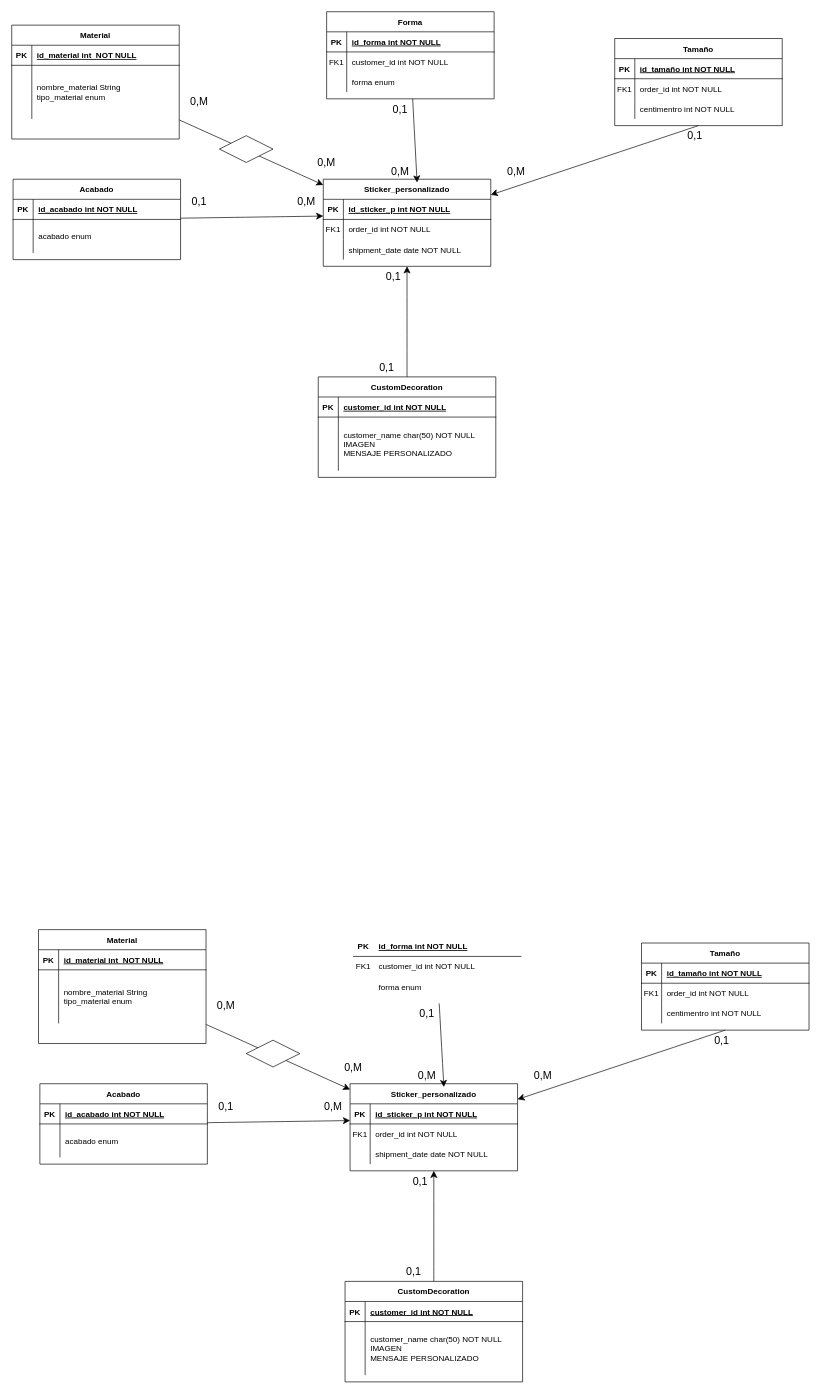
Above: Diagrama sin título.drawio in nayrariosaguilar/OdooStickerModule (draw.io), before the change. Source tidied: cells renumbered, new cells numbered last; positions are measured from the earlier drawing's top-left corner, leaving out a move shared by most shapes. Both pictures are drawn from the tidied source at 67%, with x=0, y=0 at pixel (11, 11).
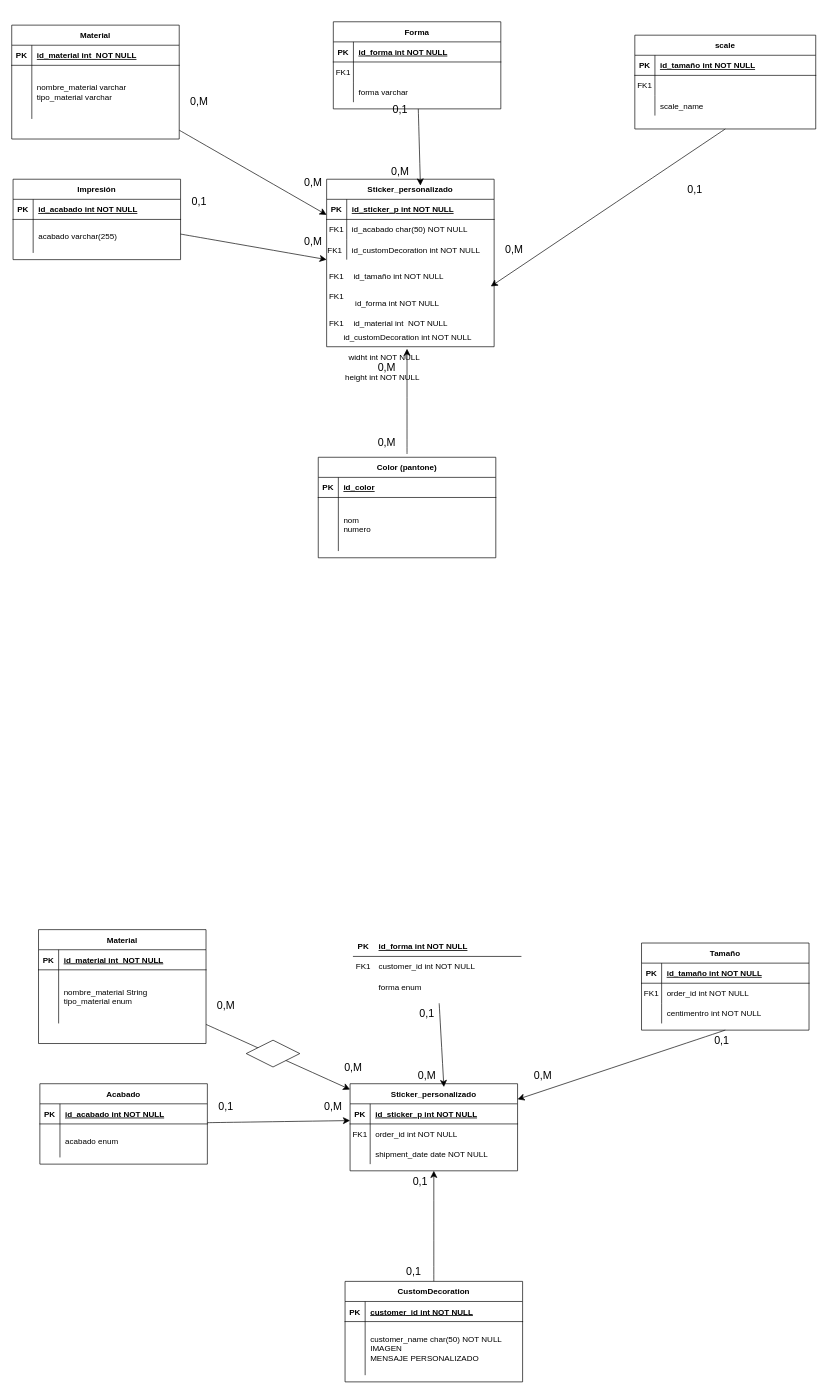
After the change.

The change refers to these unchanged cells:
```xml
<mxCell id="6" style="shape=partialRectangle;fillColor=none;top=0;left=0;right=0;bottom=0;" parent="2" vertex="1">
  <mxGeometry y="60" width="250" height="30" as="geometry" />
</mxCell>
<mxCell id="9" style="shape=partialRectangle;fillColor=none;top=0;left=0;right=0;bottom=0;" parent="2" vertex="1">
  <mxGeometry y="90" width="250" height="30" as="geometry" />
</mxCell>
<mxCell id="27" style="shape=partialRectangle;fillColor=none;top=0;left=0;right=0;bottom=0;" parent="23" vertex="1">
  <mxGeometry y="60" width="250" height="80" as="geometry" />
</mxCell>
<mxCell id="34" style="shape=partialRectangle;fillColor=none;top=0;left=0;right=0;bottom=0;" parent="30" vertex="1">
  <mxGeometry y="60" width="250" height="50" as="geometry" />
</mxCell>
<mxCell id="38" style="shape=partialRectangle;fillColor=none;points=[[0,0.5],[1,0.5]];portConstraint=eastwest;top=0;left=0;right=0;bottom=1;" parent="37" vertex="1">
  <mxGeometry y="30" width="250" height="30" as="geometry" />
</mxCell>
<mxCell id="41" style="shape=partialRectangle;fillColor=none;top=0;left=0;right=0;bottom=0;" parent="37" vertex="1">
  <mxGeometry y="60" width="250" height="30" as="geometry" />
</mxCell>
<mxCell id="44" style="shape=partialRectangle;fillColor=none;top=0;left=0;right=0;bottom=0;" parent="37" vertex="1">
  <mxGeometry y="90" width="250" height="30" as="geometry" />
</mxCell>
<mxCell id="49" style="shape=partialRectangle;fillColor=none;top=0;left=0;right=0;bottom=1;" parent="48" vertex="1">
  <mxGeometry y="30" width="265" height="30" as="geometry" />
</mxCell>
<mxCell id="52" style="shape=partialRectangle;fillColor=none;top=0;left=0;right=0;bottom=0;" parent="48" vertex="1">
  <mxGeometry y="60" width="265" height="80" as="geometry" />
</mxCell>
```

Change to the diagram source:
```diff
@@
     <mxCell id="2" value="Forma" style="shape=table;startSize=30;childLayout=tableLayout;rowLines=0;fontStyle=1;align=center;" parent="1" vertex="1">
-      <mxGeometry x="470" width="250" height="130" as="geometry" />
+      <mxGeometry x="480" y="15" width="250" height="130" as="geometry" />
     </mxCell>
@@
-    <mxCell id="8" value="customer_id int NOT NULL" style="shape=partialRectangle;overflow=hidden;fillColor=none;top=0;left=0;bottom=0;right=0;align=left;spacingLeft=6;" parent="6" vertex="1">
+    <mxCell id="8" style="shape=partialRectangle;overflow=hidden;fillColor=none;top=0;left=0;bottom=0;right=0;align=left;spacingLeft=6;" parent="6" vertex="1">
       <mxGeometry x="30" width="220" height="30" as="geometry" />
     </mxCell>
@@
-    <mxCell id="11" value="forma enum" style="shape=partialRectangle;overflow=hidden;fillColor=none;top=0;left=0;bottom=0;right=0;align=left;spacingLeft=6;" parent="9" vertex="1">
+    <mxCell id="11" value="forma varchar" style="shape=partialRectangle;overflow=hidden;fillColor=none;top=0;left=0;bottom=0;right=0;align=left;spacingLeft=6;" parent="9" vertex="1">
       <mxGeometry x="30" width="220" height="30" as="geometry" />
     </mxCell>
-    <mxCell id="12" value="Tamaño" style="shape=table;startSize=30;childLayout=tableLayout;rowLines=0;fontStyle=1;align=center;" parent="1" vertex="1">
-      <mxGeometry x="900" y="40" width="250" height="130" as="geometry" />
+    <mxCell id="12" value="scale" style="shape=table;startSize=30;childLayout=tableLayout;rowLines=0;fontStyle=1;align=center;" parent="1" vertex="1">
+      <mxGeometry x="930" y="35" width="270" height="140" as="geometry" />
     </mxCell>
     <mxCell id="13" style="shape=partialRectangle;fillColor=none;top=0;left=0;right=0;bottom=1;" parent="12" vertex="1">
-      <mxGeometry y="30" width="250" height="30" as="geometry" />
+      <mxGeometry y="30" width="270" height="30" as="geometry" />
     </mxCell>
@@
     <mxCell id="15" value="id_tamaño int NOT NULL " style="shape=partialRectangle;overflow=hidden;fillColor=none;top=0;left=0;bottom=0;right=0;align=left;spacingLeft=6;fontStyle=5;" parent="13" vertex="1">
-      <mxGeometry x="30" width="220" height="30" as="geometry" />
+      <mxGeometry x="30" width="240" height="30" as="geometry" />
     </mxCell>
     <mxCell id="16" style="shape=partialRectangle;fillColor=none;top=0;left=0;right=0;bottom=0;" parent="12" vertex="1">
-      <mxGeometry y="60" width="250" height="30" as="geometry" />
+      <mxGeometry y="60" width="270" height="30" as="geometry" />
     </mxCell>
@@
-    <mxCell id="18" value="order_id int NOT NULL" style="shape=partialRectangle;overflow=hidden;fillColor=none;top=0;left=0;bottom=0;right=0;align=left;spacingLeft=6;" parent="16" vertex="1">
-      <mxGeometry x="30" width="220" height="30" as="geometry" />
+    <mxCell id="18" style="shape=partialRectangle;overflow=hidden;fillColor=none;top=0;left=0;bottom=0;right=0;align=left;spacingLeft=6;" parent="16" vertex="1">
+      <mxGeometry x="30" width="240" height="30" as="geometry" />
     </mxCell>
     <mxCell id="19" style="shape=partialRectangle;fillColor=none;top=0;left=0;right=0;bottom=0;" parent="12" vertex="1">
-      <mxGeometry y="90" width="250" height="30" as="geometry" />
+      <mxGeometry y="90" width="270" height="30" as="geometry" />
     </mxCell>
@@
-    <mxCell id="21" value="centimentro int NOT NULL" style="shape=partialRectangle;overflow=hidden;fillColor=none;top=0;left=0;bottom=0;right=0;align=left;spacingLeft=6;" parent="19" vertex="1">
-      <mxGeometry x="30" width="220" height="30" as="geometry" />
+    <mxCell id="21" value="scale_name" style="shape=partialRectangle;overflow=hidden;fillColor=none;top=0;left=0;bottom=0;right=0;align=left;spacingLeft=6;" parent="19" vertex="1">
+      <mxGeometry x="30" width="240" height="30" as="geometry" />
     </mxCell>
@@
-    <mxCell id="29" value="nombre_material String&#10;tipo_material enum" style="shape=partialRectangle;overflow=hidden;fillColor=none;top=0;left=0;bottom=0;right=0;align=left;spacingLeft=6;" parent="27" vertex="1">
+    <mxCell id="29" value="nombre_material varchar&#10;tipo_material varchar" style="shape=partialRectangle;overflow=hidden;fillColor=none;top=0;left=0;bottom=0;right=0;align=left;spacingLeft=6;" parent="27" vertex="1">
       <mxGeometry x="30" width="220" height="80" as="geometry" />
     </mxCell>
-    <mxCell id="30" value="Acabado" style="shape=table;startSize=30;childLayout=tableLayout;rowLines=0;fontStyle=1;align=center;" parent="1" vertex="1">
+    <mxCell id="30" value="Impresión" style="shape=table;startSize=30;childLayout=tableLayout;rowLines=0;fontStyle=1;align=center;" parent="1" vertex="1">
       <mxGeometry x="2" y="250" width="250" height="120" as="geometry" />
     </mxCell>
@@
-    <mxCell id="36" value="acabado enum" style="shape=partialRectangle;overflow=hidden;fillColor=none;top=0;left=0;bottom=0;right=0;align=left;spacingLeft=6;" parent="34" vertex="1">
+    <mxCell id="36" value="acabado varchar(255)" style="shape=partialRectangle;overflow=hidden;fillColor=none;top=0;left=0;bottom=0;right=0;align=left;spacingLeft=6;" parent="34" vertex="1">
       <mxGeometry x="30" width="220" height="50" as="geometry" />
     </mxCell>
     <mxCell id="37" value="Sticker_personalizado" style="shape=table;startSize=30;childLayout=tableLayout;rowLines=0;fontStyle=1;align=center;" parent="1" vertex="1">
-      <mxGeometry x="465" y="250" width="250" height="130" as="geometry" />
+      <mxGeometry x="470" y="250" width="250" height="250" as="geometry" />
     </mxCell>
@@
-    <mxCell id="43" value="order_id int NOT NULL" style="shape=partialRectangle;overflow=hidden;fillColor=none;top=0;left=0;bottom=0;right=0;align=left;spacingLeft=6;" parent="41" vertex="1">
+    <mxCell id="43" style="shape=partialRectangle;overflow=hidden;fillColor=none;top=0;left=0;bottom=0;right=0;align=left;spacingLeft=6;" parent="41" vertex="1">
       <mxGeometry x="30" width="220" height="30" as="geometry" />
     </mxCell>
@@
-    <mxCell id="46" value="shipment_date date NOT NULL" style="shape=partialRectangle;overflow=hidden;fillColor=none;top=0;left=0;bottom=0;right=0;align=left;spacingLeft=6;" parent="44" vertex="1">
+    <mxCell id="46" style="shape=partialRectangle;overflow=hidden;fillColor=none;top=0;left=0;bottom=0;right=0;align=left;spacingLeft=6;" parent="44" vertex="1">
       <mxGeometry x="30" width="220" height="30" as="geometry" />
     </mxCell>
-    <mxCell id="47" style="edgeStyle=none;curved=1;rounded=0;jettySize=auto;html=1;entryX=0.5;entryY=1;entryDx=0;entryDy=0;fontSize=12;startSize=8;endSize=8;" parent="1" edge="1" source="48" target="37">
-      <mxGeometry relative="1" as="geometry" />
-    </mxCell>
-    <mxCell id="48" value="CustomDecoration" style="shape=table;startSize=30;childLayout=tableLayout;rowLines=0;fontStyle=1;align=center;" parent="1" vertex="1">
-      <mxGeometry x="457.5" y="545" width="265" height="150" as="geometry" />
+    <mxCell id="48" value="Color (pantone)" style="shape=table;startSize=30;childLayout=tableLayout;rowLines=0;fontStyle=1;align=center;" parent="1" vertex="1">
+      <mxGeometry x="457.5" y="665" width="265" height="150" as="geometry" />
     </mxCell>
@@
-    <mxCell id="51" value="customer_id int NOT NULL " style="shape=partialRectangle;overflow=hidden;fillColor=none;top=0;left=0;bottom=0;right=0;align=left;spacingLeft=6;fontStyle=5;" parent="49" vertex="1">
+    <mxCell id="51" value="id_color" style="shape=partialRectangle;overflow=hidden;fillColor=none;top=0;left=0;bottom=0;right=0;align=left;spacingLeft=6;fontStyle=5;" parent="49" vertex="1">
       <mxGeometry x="30" width="235" height="30" as="geometry" />
     </mxCell>
@@
-    <mxCell id="54" value="customer_name char(50) NOT NULL&#10;IMAGEN&#10;MENSAJE PERSONALIZADO" style="shape=partialRectangle;overflow=hidden;fillColor=none;top=0;left=0;bottom=0;right=0;align=left;spacingLeft=6;" parent="52" vertex="1">
+    <mxCell id="54" value="nom&#10;numero" style="shape=partialRectangle;overflow=hidden;fillColor=none;top=0;left=0;bottom=0;right=0;align=left;spacingLeft=6;" parent="52" vertex="1">
       <mxGeometry x="30" width="235" height="80" as="geometry" />
     </mxCell>
@@
     <mxCell id="56" value="0,M" style="text;html=1;align=center;verticalAlign=middle;whiteSpace=wrap;rounded=0;fontSize=16;" parent="1" vertex="1">
-      <mxGeometry x="440" y="210" width="60" height="30" as="geometry" />
+      <mxGeometry x="420" y="240" width="60" height="30" as="geometry" />
     </mxCell>
@@
-    <mxCell id="60" style="edgeStyle=none;curved=1;rounded=0;jettySize=auto;html=1;entryX=0;entryY=0.833;entryDx=0;entryDy=0;entryPerimeter=0;fontSize=12;startSize=8;endSize=8;" parent="1" edge="1" source="30" target="38">
-      <mxGeometry relative="1" as="geometry" />
-    </mxCell>
@@
     <mxCell id="62" value="0,M" style="text;html=1;align=center;verticalAlign=middle;whiteSpace=wrap;rounded=0;fontSize=16;" parent="1" vertex="1">
-      <mxGeometry x="410" y="270" width="60" height="25" as="geometry" />
+      <mxGeometry x="420" y="330" width="60" height="25" as="geometry" />
     </mxCell>
-    <mxCell id="63" value="0,1" style="text;html=1;align=center;verticalAlign=middle;whiteSpace=wrap;rounded=0;fontSize=16;" parent="1" vertex="1">
-      <mxGeometry x="530" y="515" width="60" height="30" as="geometry" />
-    </mxCell>
-    <mxCell id="64" value="0,1" style="text;html=1;align=center;verticalAlign=middle;whiteSpace=wrap;rounded=0;fontSize=16;" parent="1" vertex="1">
-      <mxGeometry x="540" y="380" width="60" height="30" as="geometry" />
-    </mxCell>
-    <mxCell id="65" style="edgeStyle=none;curved=1;rounded=0;jettySize=auto;html=1;fontSize=12;startSize=8;endSize=8;exitX=0.5;exitY=1;exitDx=0;exitDy=0;" parent="1" edge="1" source="12" target="37">
-      <mxGeometry relative="1" as="geometry" />
+    <mxCell id="65" style="edgeStyle=none;curved=1;rounded=0;jettySize=auto;html=1;fontSize=12;startSize=8;endSize=8;exitX=0.5;exitY=1;exitDx=0;exitDy=0;" parent="1" edge="1" source="12">
+      <mxGeometry relative="1" as="geometry">
+        <mxPoint x="715" y="410" as="targetPoint" />
+      </mxGeometry>
     </mxCell>
     <mxCell id="66" value="0,1" style="text;html=1;align=center;verticalAlign=middle;whiteSpace=wrap;rounded=0;fontSize=16;" parent="1" vertex="1">
-      <mxGeometry x="990" y="170" width="60" height="30" as="geometry" />
+      <mxGeometry x="990" y="250" width="60" height="30" as="geometry" />
     </mxCell>
     <mxCell id="67" value="0,M" style="text;html=1;align=center;verticalAlign=middle;whiteSpace=wrap;rounded=0;fontSize=16;" parent="1" vertex="1">
-      <mxGeometry x="722.5" y="225" width="60" height="25" as="geometry" />
+      <mxGeometry x="720" y="342.5" width="60" height="25" as="geometry" />
     </mxCell>
-    <mxCell id="68" style="rhombus;whiteSpace=wrap;html=1;" parent="1" vertex="1">
-      <mxGeometry x="310" y="185" width="80" height="40" as="geometry" />
-    </mxCell>
@@
+    <mxCell id="135" style="edgeStyle=none;curved=1;rounded=0;orthogonalLoop=1;jettySize=auto;html=1;entryX=0.5;entryY=1;entryDx=0;entryDy=0;fontSize=12;startSize=8;endSize=8;" parent="1" edge="1">
+      <mxGeometry relative="1" as="geometry">
+        <mxPoint x="590" y="660" as="sourcePoint" />
+        <mxPoint x="590" y="503" as="targetPoint" />
+      </mxGeometry>
+    </mxCell>
+    <mxCell id="136" style="edgeStyle=none;curved=1;rounded=0;jettySize=auto;html=1;fontSize=12;startSize=8;endSize=8;" parent="1" edge="1" source="30">
+      <mxGeometry relative="1" as="geometry">
+        <mxPoint x="470" y="370" as="targetPoint" />
+      </mxGeometry>
+    </mxCell>
+    <mxCell id="137" value="FK1" style="shape=partialRectangle;overflow=hidden;fillColor=none;top=0;left=0;bottom=0;right=0;" parent="1" vertex="1">
+      <mxGeometry x="467.5" y="340" width="30" height="30" as="geometry" />
+    </mxCell>
+    <mxCell id="138" value="FK1" style="shape=partialRectangle;overflow=hidden;fillColor=none;top=0;left=0;bottom=0;right=0;" parent="1" vertex="1">
+      <mxGeometry x="470" y="380" width="30" height="30" as="geometry" />
+    </mxCell>
+    <mxCell id="139" value="FK1" style="shape=partialRectangle;overflow=hidden;fillColor=none;top=0;left=0;bottom=0;right=0;" parent="1" vertex="1">
+      <mxGeometry x="470" y="410" width="30" height="30" as="geometry" />
+    </mxCell>
+    <mxCell id="140" value="FK1" style="shape=partialRectangle;overflow=hidden;fillColor=none;top=0;left=0;bottom=0;right=0;" parent="1" vertex="1">
+      <mxGeometry x="470" y="450" width="30" height="30" as="geometry" />
+    </mxCell>
+    <mxCell id="141" value="id_customDecoration int NOT NULL" style="shape=partialRectangle;overflow=hidden;fillColor=none;top=0;left=0;bottom=0;right=0;align=left;spacingLeft=6;" parent="1" vertex="1">
+      <mxGeometry x="500" y="340" width="235" height="30" as="geometry" />
+    </mxCell>
+    <mxCell id="142" value="id_tamaño int NOT NULL" style="shape=partialRectangle;overflow=hidden;fillColor=none;top=0;left=0;bottom=0;right=0;align=left;spacingLeft=6;" parent="1" vertex="1">
+      <mxGeometry x="502.5" y="380" width="235" height="30" as="geometry" />
+    </mxCell>
+    <mxCell id="143" value="id_material int  NOT NULL" style="shape=partialRectangle;overflow=hidden;fillColor=none;top=0;left=0;bottom=0;right=0;align=left;spacingLeft=6;" parent="1" vertex="1">
+      <mxGeometry x="502.5" y="450" width="235" height="30" as="geometry" />
+    </mxCell>
+    <mxCell id="144" value="id_forma int NOT NULL" style="shape=partialRectangle;overflow=hidden;fillColor=none;top=0;left=0;bottom=0;right=0;align=left;spacingLeft=6;" parent="1" vertex="1">
+      <mxGeometry x="505" y="420" width="235" height="30" as="geometry" />
+    </mxCell>
+    <mxCell id="145" value="id_acabado char(50) NOT NULL" style="shape=partialRectangle;overflow=hidden;fillColor=none;top=0;left=0;bottom=0;right=0;align=left;spacingLeft=6;" parent="1" vertex="1">
+      <mxGeometry x="500" y="310" width="235" height="30" as="geometry" />
+    </mxCell>
+    <mxCell id="146" value="id_customDecoration int NOT NULL" style="shape=partialRectangle;overflow=hidden;fillColor=none;top=0;left=0;bottom=0;right=0;align=left;spacingLeft=6;" parent="1" vertex="1">
+      <mxGeometry x="487.5" y="470" width="235" height="30" as="geometry" />
+    </mxCell>
+    <mxCell id="147" value="0,M" style="text;html=1;align=center;verticalAlign=middle;whiteSpace=wrap;rounded=0;fontSize=16;" parent="1" vertex="1">
+      <mxGeometry x="530" y="518" width="60" height="25" as="geometry" />
+    </mxCell>
+    <mxCell id="148" value="0,M" style="text;html=1;align=center;verticalAlign=middle;whiteSpace=wrap;rounded=0;fontSize=16;" parent="1" vertex="1">
+      <mxGeometry x="530" y="630" width="60" height="25" as="geometry" />
+    </mxCell>
+    <mxCell id="149" value="widht int NOT NULL" style="shape=partialRectangle;overflow=hidden;fillColor=none;top=0;left=0;bottom=0;right=0;align=left;spacingLeft=6;" parent="1" vertex="1">
+      <mxGeometry x="495" y="500" width="240" height="30" as="geometry" />
+    </mxCell>
+    <mxCell id="150" value="height int NOT NULL" style="shape=partialRectangle;overflow=hidden;fillColor=none;top=0;left=0;bottom=0;right=0;align=left;spacingLeft=6;" parent="1" vertex="1">
+      <mxGeometry x="490" y="530" width="240" height="30" as="geometry" />
+    </mxCell>
```
